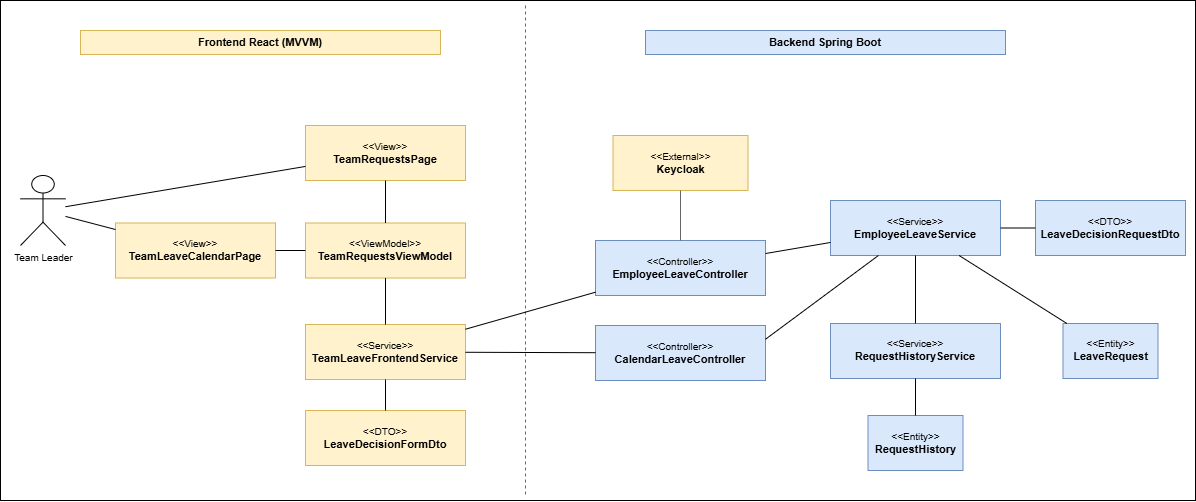
This is sections/chapitre3/img/sprint2_leave_management/06_participant_class_diagrams/participant_team_leader_leave_review.png from AbdouBenHatttab/rapport-pfe, a draw.io export, as it was before one commit. Source tidied: cells renumbered, new cells last; positions are measured from the earlier drawing's top-left corner, leaving out a move shared by most shapes.
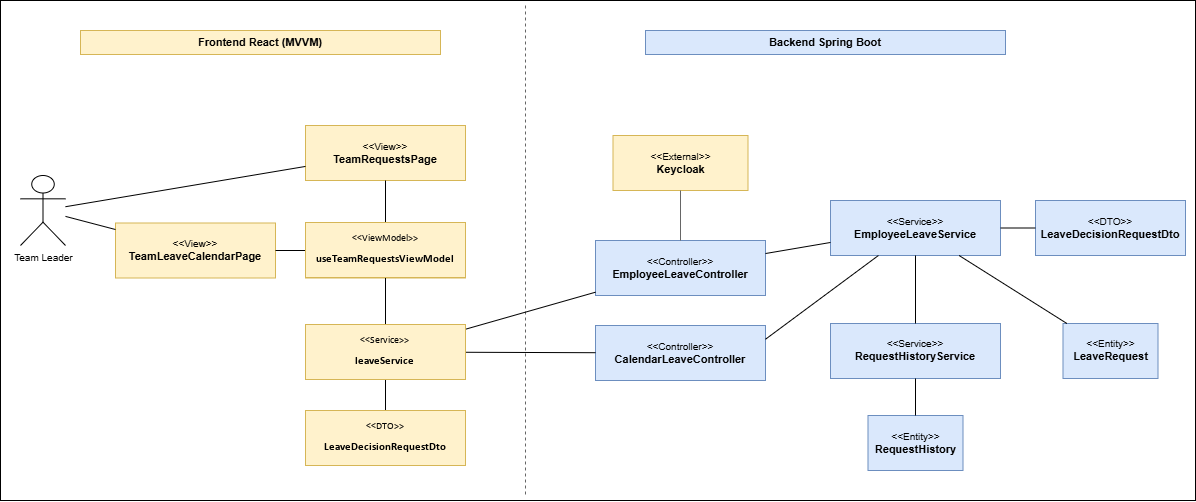
Later version of the same file.

The edit, as a diff of the source:
```diff
@@ -29,13 +29,13 @@
     <mxCell id="9" value="&lt;div style='font-size:10px'&gt;&amp;lt;&amp;lt;View&amp;gt;&amp;gt;&lt;/div&gt;&lt;b&gt;TeamLeaveCalendarPage&lt;/b&gt;" style="rounded=0;whiteSpace=wrap;html=1;fillColor=#fff2cc;strokeColor=#d6b656;fontColor=#000000;fontSize=11;align=center;verticalAlign=middle;" parent="2" vertex="1">
       <mxGeometry x="115" y="222.5" width="160" height="55" as="geometry" />
     </mxCell>
-    <mxCell id="10" value="&lt;div style='font-size:10px'&gt;&amp;lt;&amp;lt;ViewModel&amp;gt;&amp;gt;&lt;/div&gt;&lt;b&gt;TeamRequestsViewModel&lt;/b&gt;" style="rounded=0;whiteSpace=wrap;html=1;fillColor=#fff2cc;strokeColor=#d6b656;fontColor=#000000;fontSize=11;align=center;verticalAlign=middle;" parent="2" vertex="1">
+    <mxCell id="10" value="&lt;div style='font-size:10px'&gt;&amp;lt;&amp;lt;ViewModel&amp;gt;&amp;gt;&lt;/div&gt;&lt;b&gt;useTeamRequestsViewModel&lt;/b&gt;" style="rounded=0;whiteSpace=wrap;html=1;fillColor=#fff2cc;strokeColor=#d6b656;fontColor=#000000;fontSize=11;align=center;verticalAlign=middle;" parent="2" vertex="1">
       <mxGeometry x="305" y="222.5" width="160" height="55" as="geometry" />
     </mxCell>
-    <mxCell id="11" value="&lt;div style='font-size:10px'&gt;&amp;lt;&amp;lt;Service&amp;gt;&amp;gt;&lt;/div&gt;&lt;b&gt;TeamLeaveFrontendService&lt;/b&gt;" style="rounded=0;whiteSpace=wrap;html=1;fillColor=#fff2cc;strokeColor=#d6b656;fontColor=#000000;fontSize=11;align=center;verticalAlign=middle;" parent="2" vertex="1">
+    <mxCell id="11" value="&lt;div style='font-size:10px'&gt;&amp;lt;&amp;lt;Service&amp;gt;&amp;gt;&lt;/div&gt;&lt;b&gt;leaveService&lt;/b&gt;" style="rounded=0;whiteSpace=wrap;html=1;fillColor=#fff2cc;strokeColor=#d6b656;fontColor=#000000;fontSize=11;align=center;verticalAlign=middle;" parent="2" vertex="1">
       <mxGeometry x="305" y="324" width="160" height="55" as="geometry" />
     </mxCell>
-    <mxCell id="12" value="&lt;div style='font-size:10px'&gt;&amp;lt;&amp;lt;DTO&amp;gt;&amp;gt;&lt;/div&gt;&lt;b&gt;LeaveDecisionFormDto&lt;/b&gt;" style="rounded=0;whiteSpace=wrap;html=1;fillColor=#fff2cc;strokeColor=#d6b656;fontColor=#000000;fontSize=11;align=center;verticalAlign=middle;" parent="2" vertex="1">
+    <mxCell id="12" value="&lt;div style='font-size:10px'&gt;&amp;lt;&amp;lt;DTO&amp;gt;&amp;gt;&lt;/div&gt;&lt;b&gt;LeaveDecisionRequestDto&lt;/b&gt;" style="rounded=0;whiteSpace=wrap;html=1;fillColor=#fff2cc;strokeColor=#d6b656;fontColor=#000000;fontSize=11;align=center;verticalAlign=middle;" parent="2" vertex="1">
       <mxGeometry x="305" y="410" width="160" height="55" as="geometry" />
     </mxCell>
     <mxCell id="13" value="&lt;div style='font-size:10px'&gt;&amp;lt;&amp;lt;External&amp;gt;&amp;gt;&lt;/div&gt;&lt;b&gt;Keycloak&lt;/b&gt;" style="rounded=0;whiteSpace=wrap;html=1;fillColor=#fff2cc;strokeColor=#d6b656;fontColor=#000000;fontSize=11;align=center;verticalAlign=middle;" parent="2" vertex="1">
```
